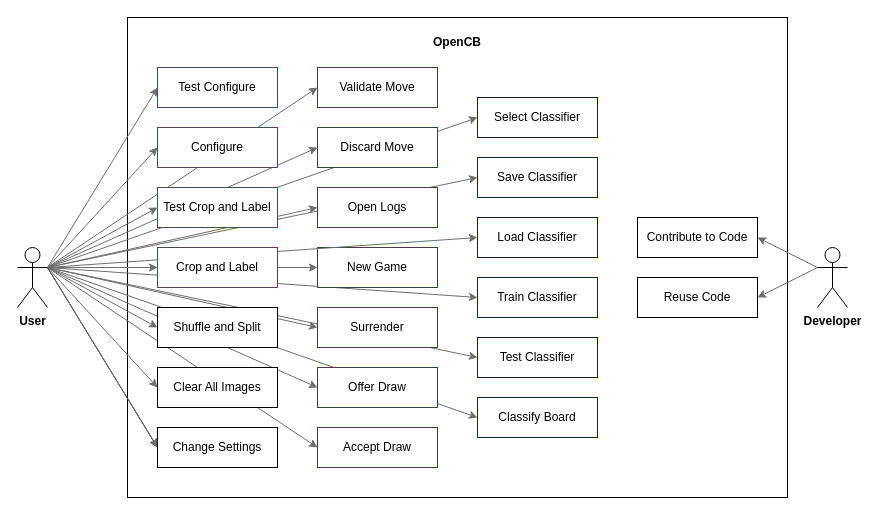
Earlier version of the draw.io diagram doc/drawio/usecase.drawio (broland29/open-cb). Source tidied: cells renumbered, new cells numbered last; positions are measured from the earlier drawing's top-left corner, leaving out a move shared by most shapes. Both pictures are drawn from the tidied source at 100%, with x=0, y=0 at pixel (17, 17).
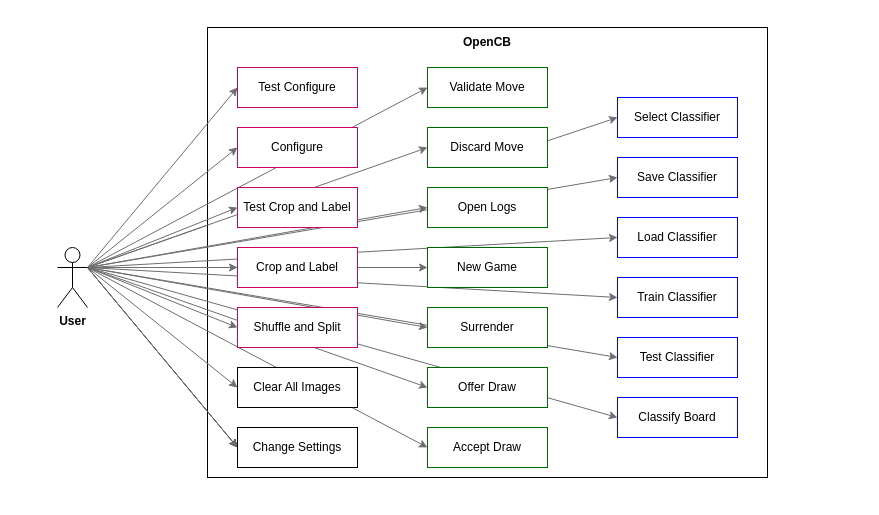
The same diagram, later.

The edit, as a diff of the source:
```diff
@@
+    <mxCell id="51" style="rounded=0;jettySize=auto;html=1;exitX=1;exitY=0.3333333333333333;exitDx=0;exitDy=0;exitPerimeter=0;entryX=0;entryY=0.5;entryDx=0;entryDy=0;strokeColor=#6E6E6E;" parent="1" edge="1" source="35" target="15">
+      <mxGeometry relative="1" as="geometry" />
+    </mxCell>
     <mxCell id="2" style="rounded=0;whiteSpace=wrap;html=1;strokeColor=#000000;" parent="1" vertex="1">
-      <mxGeometry x="110" width="660" height="480" as="geometry" />
+      <mxGeometry x="190" y="10" width="560" height="450" as="geometry" />
     </mxCell>
@@
-    <mxCell id="10" style="rounded=0;jettySize=auto;html=1;exitX=1;exitY=0.3333333333333333;exitDx=0;exitDy=0;exitPerimeter=0;entryX=0;entryY=0.5;entryDx=0;entryDy=0;strokeColor=#6E6E6E;" parent="1" edge="1" source="35" target="42">
+    <mxCell id="10" style="rounded=0;jettySize=auto;html=1;exitX=1;exitY=0.3333333333333333;exitDx=0;exitDy=0;exitPerimeter=0;entryX=0;entryY=0.5;entryDx=0;entryDy=0;strokeColor=#6E6E6E;" parent="1" edge="1" source="15" target="42">
       <mxGeometry relative="1" as="geometry" />
     </mxCell>
-    <mxCell id="11" style="rounded=0;jettySize=auto;html=1;exitX=1;exitY=0.3333333333333333;exitDx=0;exitDy=0;exitPerimeter=0;entryX=0;entryY=0.5;entryDx=0;entryDy=0;strokeColor=#6E6E6E;" parent="1" edge="1" source="35" target="17">
-      <mxGeometry relative="1" as="geometry" />
-    </mxCell>
-    <mxCell id="12" value="Shuffle and Split" style="rounded=0;whiteSpace=wrap;html=1;" parent="1" vertex="1">
-      <mxGeometry x="140" y="290" width="120" height="40" as="geometry" />
+    <mxCell id="12" value="Shuffle and Split" style="rounded=0;whiteSpace=wrap;html=1;strokeColor=#CC0066;" parent="1" vertex="1">
+      <mxGeometry x="220" y="290" width="120" height="40" as="geometry" />
     </mxCell>
     <mxCell id="13" value="Validate Move" style="rounded=0;whiteSpace=wrap;html=1;strokeColor=#006600;" parent="1" vertex="1">
-      <mxGeometry x="300" y="50" width="120" height="40" as="geometry" />
+      <mxGeometry x="410" y="50" width="120" height="40" as="geometry" />
     </mxCell>
-    <mxCell id="14" value="New Game" style="rounded=0;whiteSpace=wrap;html=1;strokeColor=#006600;" parent="1" vertex="1">
-      <mxGeometry x="300" y="230" width="120" height="40" as="geometry" />
-    </mxCell>
-    <mxCell id="15" value="Discard Move" style="rounded=0;whiteSpace=wrap;html=1;strokeColor=#006600;" parent="1" vertex="1">
-      <mxGeometry x="300" y="110" width="120" height="40" as="geometry" />
-    </mxCell>
     <mxCell id="16" value="Load Classifier" style="rounded=0;whiteSpace=wrap;html=1;strokeColor=#0000FF;" parent="1" vertex="1">
-      <mxGeometry x="460" y="200" width="120" height="40" as="geometry" />
+      <mxGeometry x="600" y="200" width="120" height="40" as="geometry" />
     </mxCell>
     <mxCell id="17" value="Train Classifier" style="rounded=0;whiteSpace=wrap;html=1;strokeColor=#0000FF;" parent="1" vertex="1">
-      <mxGeometry x="460" y="260" width="120" height="40" as="geometry" />
+      <mxGeometry x="600" y="260" width="120" height="40" as="geometry" />
     </mxCell>
     <mxCell id="18" value="Test Classifier" style="rounded=0;whiteSpace=wrap;html=1;strokeColor=#0000FF;" parent="1" vertex="1">
-      <mxGeometry x="460" y="320" width="120" height="40" as="geometry" />
+      <mxGeometry x="600" y="320" width="120" height="40" as="geometry" />
     </mxCell>
     <mxCell id="19" value="Classify Board" style="rounded=0;whiteSpace=wrap;html=1;strokeColor=#0000FF;" parent="1" vertex="1">
-      <mxGeometry x="460" y="380" width="120" height="40" as="geometry" />
+      <mxGeometry x="600" y="380" width="120" height="40" as="geometry" />
     </mxCell>
     <mxCell id="20" value="Test Configure" style="rounded=0;whiteSpace=wrap;html=1;strokeColor=#CC0066;" parent="1" vertex="1">
-      <mxGeometry x="140" y="50" width="120" height="40" as="geometry" />
+      <mxGeometry x="220" y="50" width="120" height="40" as="geometry" />
     </mxCell>
     <mxCell id="21" value="Clear All Images" style="rounded=0;whiteSpace=wrap;html=1;" parent="1" vertex="1">
-      <mxGeometry x="140" y="350" width="120" height="40" as="geometry" />
+      <mxGeometry x="220" y="350" width="120" height="40" as="geometry" />
     </mxCell>
-    <mxCell id="22" value="Contribute to Code" style="rounded=0;whiteSpace=wrap;html=1;" parent="1" vertex="1">
-      <mxGeometry x="620" y="200" width="120" height="40" as="geometry" />
-    </mxCell>
-    <mxCell id="23" value="Reuse Code" style="rounded=0;whiteSpace=wrap;html=1;" parent="1" vertex="1">
-      <mxGeometry x="620" y="260" width="120" height="40" as="geometry" />
-    </mxCell>
@@
     <mxCell id="35" value="User" style="shape=umlActor;verticalLabelPosition=bottom;verticalAlign=top;html=1;outlineConnect=0;fontStyle=1;" parent="1" vertex="1">
-      <mxGeometry y="230" width="30" height="60" as="geometry" />
+      <mxGeometry x="40" y="230" width="30" height="60" as="geometry" />
     </mxCell>
-    <mxCell id="36" style="rounded=0;jettySize=auto;html=1;exitX=0;exitY=0.3333333333333333;exitDx=0;exitDy=0;exitPerimeter=0;entryX=1;entryY=0.5;entryDx=0;entryDy=0;strokeColor=#6E6E6E;" parent="1" edge="1" source="38" target="22">
-      <mxGeometry relative="1" as="geometry" />
-    </mxCell>
-    <mxCell id="37" style="rounded=0;jettySize=auto;html=1;exitX=0;exitY=0.3333333333333333;exitDx=0;exitDy=0;exitPerimeter=0;entryX=1;entryY=0.5;entryDx=0;entryDy=0;strokeColor=#6E6E6E;" parent="1" edge="1" source="38" target="23">
-      <mxGeometry relative="1" as="geometry" />
-    </mxCell>
-    <mxCell id="38" value="Developer" style="shape=umlActor;verticalLabelPosition=bottom;verticalAlign=top;html=1;outlineConnect=0;fontStyle=1;" parent="1" vertex="1">
-      <mxGeometry x="800" y="230" width="30" height="60" as="geometry" />
-    </mxCell>
     <mxCell id="39" value="Configure" style="rounded=0;whiteSpace=wrap;html=1;strokeColor=#CC0066;" parent="1" vertex="1">
-      <mxGeometry x="140" y="110" width="120" height="40" as="geometry" />
+      <mxGeometry x="220" y="110" width="120" height="40" as="geometry" />
     </mxCell>
     <mxCell id="40" value="Test Crop and Label" style="rounded=0;whiteSpace=wrap;html=1;strokeColor=#CC0066;" parent="1" vertex="1">
-      <mxGeometry x="140" y="170" width="120" height="40" as="geometry" />
+      <mxGeometry x="220" y="170" width="120" height="40" as="geometry" />
     </mxCell>
-    <mxCell id="41" value="Crop and Label" style="rounded=0;whiteSpace=wrap;html=1;strokeColor=#CC0066;" parent="1" vertex="1">
-      <mxGeometry x="140" y="230" width="120" height="40" as="geometry" />
-    </mxCell>
     <mxCell id="42" value="Select Classifier" style="rounded=0;whiteSpace=wrap;html=1;strokeColor=#0000FF;" parent="1" vertex="1">
-      <mxGeometry x="460" y="80" width="120" height="40" as="geometry" />
+      <mxGeometry x="600" y="80" width="120" height="40" as="geometry" />
     </mxCell>
     <mxCell id="43" value="Save Classifier" style="rounded=0;whiteSpace=wrap;html=1;strokeColor=#0000FF;" parent="1" vertex="1">
-      <mxGeometry x="460" y="140" width="120" height="40" as="geometry" />
+      <mxGeometry x="600" y="140" width="120" height="40" as="geometry" />
     </mxCell>
     <mxCell id="44" value="&lt;b&gt;OpenCB&lt;/b&gt;" style="text;html=1;align=center;verticalAlign=middle;whiteSpace=wrap;rounded=0;" parent="1" vertex="1">
-      <mxGeometry x="110" y="10" width="660" height="30" as="geometry" />
+      <mxGeometry x="190" y="10" width="560" height="30" as="geometry" />
     </mxCell>
@@
     <mxCell id="46" value="Change Settings" style="rounded=0;whiteSpace=wrap;html=1;" parent="1" vertex="1">
-      <mxGeometry x="140" y="410" width="120" height="40" as="geometry" />
+      <mxGeometry x="220" y="410" width="120" height="40" as="geometry" />
     </mxCell>
     <mxCell id="47" value="Open Logs" style="rounded=0;whiteSpace=wrap;html=1;strokeColor=#006600;" parent="1" vertex="1">
-      <mxGeometry x="300" y="170" width="120" height="40" as="geometry" />
+      <mxGeometry x="410" y="170" width="120" height="40" as="geometry" />
     </mxCell>
     <mxCell id="48" value="Surrender" style="rounded=0;whiteSpace=wrap;html=1;strokeColor=#006600;" parent="1" vertex="1">
-      <mxGeometry x="300" y="290" width="120" height="40" as="geometry" />
+      <mxGeometry x="410" y="290" width="120" height="40" as="geometry" />
     </mxCell>
     <mxCell id="49" value="Offer Draw" style="rounded=0;whiteSpace=wrap;html=1;strokeColor=#006600;" parent="1" vertex="1">
-      <mxGeometry x="300" y="350" width="120" height="40" as="geometry" />
+      <mxGeometry x="410" y="350" width="120" height="40" as="geometry" />
     </mxCell>
     <mxCell id="50" value="Accept Draw" style="rounded=0;whiteSpace=wrap;html=1;strokeColor=#006600;" parent="1" vertex="1">
-      <mxGeometry x="300" y="410" width="120" height="40" as="geometry" />
+      <mxGeometry x="410" y="410" width="120" height="40" as="geometry" />
     </mxCell>
+    <mxCell id="15" value="Discard Move" style="rounded=0;whiteSpace=wrap;html=1;strokeColor=#006600;" parent="1" vertex="1">
+      <mxGeometry x="410" y="110" width="120" height="40" as="geometry" />
+    </mxCell>
+    <mxCell id="11" style="rounded=0;jettySize=auto;html=1;exitX=1;exitY=0.3333333333333333;exitDx=0;exitDy=0;exitPerimeter=0;entryX=0;entryY=0.5;entryDx=0;entryDy=0;strokeColor=#6E6E6E;" parent="1" edge="1" source="35" target="17">
+      <mxGeometry relative="1" as="geometry" />
+    </mxCell>
+    <mxCell id="41" value="Crop and Label" style="rounded=0;whiteSpace=wrap;html=1;strokeColor=#CC0066;" parent="1" vertex="1">
+      <mxGeometry x="220" y="230" width="120" height="40" as="geometry" />
+    </mxCell>
+    <mxCell id="14" value="New Game" style="rounded=0;whiteSpace=wrap;html=1;strokeColor=#006600;" parent="1" vertex="1">
+      <mxGeometry x="410" y="230" width="120" height="40" as="geometry" />
+    </mxCell>
```
